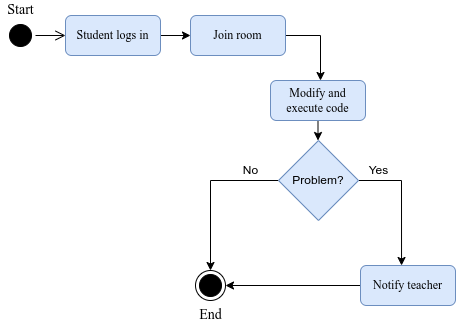
Above: diagrams/activity-diagrams/images/notify teacher.drawio.png in arjansunar/It-project-docs (draw.io), before the change. Source tidied: cells renumbered, new cells last; positions are measured from the earlier drawing's top-left corner, leaving out a move shared by most shapes.
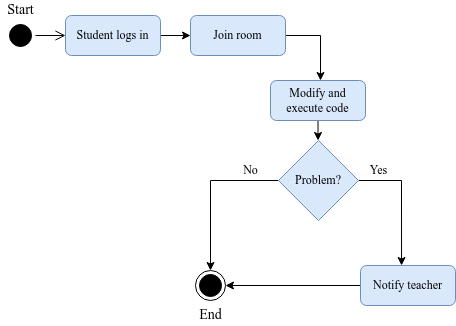
Later version of the same file.

Change to the diagram source:
```diff
@@ -45,7 +45,7 @@
     <mxCell id="14" style="edgeStyle=orthogonalEdgeStyle;rounded=0;jettySize=auto;html=1;exitX=1;exitY=0.5;exitDx=0;exitDy=0;entryX=0.432;entryY=0;entryDx=0;entryDy=0;entryPerimeter=0;" parent="1" edge="1" source="15" target="17">
       <mxGeometry relative="1" as="geometry" />
     </mxCell>
-    <mxCell id="15" value="Problem?" style="rhombus;whiteSpace=wrap;html=1;fillColor=#dae8fc;strokeColor=#6c8ebf;" parent="1" vertex="1">
+    <mxCell id="15" value="&lt;font face=&quot;Times New Roman&quot;&gt;Problem?&lt;/font&gt;" style="rhombus;whiteSpace=wrap;html=1;fillColor=#dae8fc;strokeColor=#6c8ebf;" parent="1" vertex="1">
       <mxGeometry x="278" y="140" width="80" height="80" as="geometry" />
     </mxCell>
     <mxCell id="16" style="edgeStyle=orthogonalEdgeStyle;rounded=0;jettySize=auto;html=1;exitX=0;exitY=0.5;exitDx=0;exitDy=0;entryX=1;entryY=0.5;entryDx=0;entryDy=0;" parent="1" edge="1" source="17" target="6">
@@ -54,10 +54,10 @@
     <mxCell id="17" value="&lt;font face=&quot;Times New Roman&quot;&gt;Notify teacher&lt;br&gt;&lt;/font&gt;" style="rounded=1;whiteSpace=wrap;html=1;fillColor=#dae8fc;strokeColor=#6c8ebf;" parent="1" vertex="1">
       <mxGeometry x="360" y="265" width="95" height="40" as="geometry" />
     </mxCell>
-    <mxCell id="18" value="Yes" style="text;html=1;align=center;verticalAlign=middle;strokeColor=none;fillColor=none;" parent="1" vertex="1">
-      <mxGeometry x="358" y="160" width="40" height="20" as="geometry" />
+    <mxCell id="18" value="&lt;font face=&quot;Times New Roman&quot;&gt;Yes&lt;/font&gt;" style="text;html=1;align=center;verticalAlign=middle;strokeColor=none;fillColor=none;" parent="1" vertex="1">
+      <mxGeometry x="363" y="160" width="30" height="20" as="geometry" />
     </mxCell>
-    <mxCell id="19" value="No" style="text;html=1;align=center;verticalAlign=middle;strokeColor=none;fillColor=none;" parent="1" vertex="1">
+    <mxCell id="19" value="&lt;font face=&quot;Times New Roman&quot;&gt;No&lt;/font&gt;" style="text;html=1;align=center;verticalAlign=middle;strokeColor=none;fillColor=none;" parent="1" vertex="1">
       <mxGeometry x="235" y="160" width="30" height="20" as="geometry" />
     </mxCell>
   </root>
```
